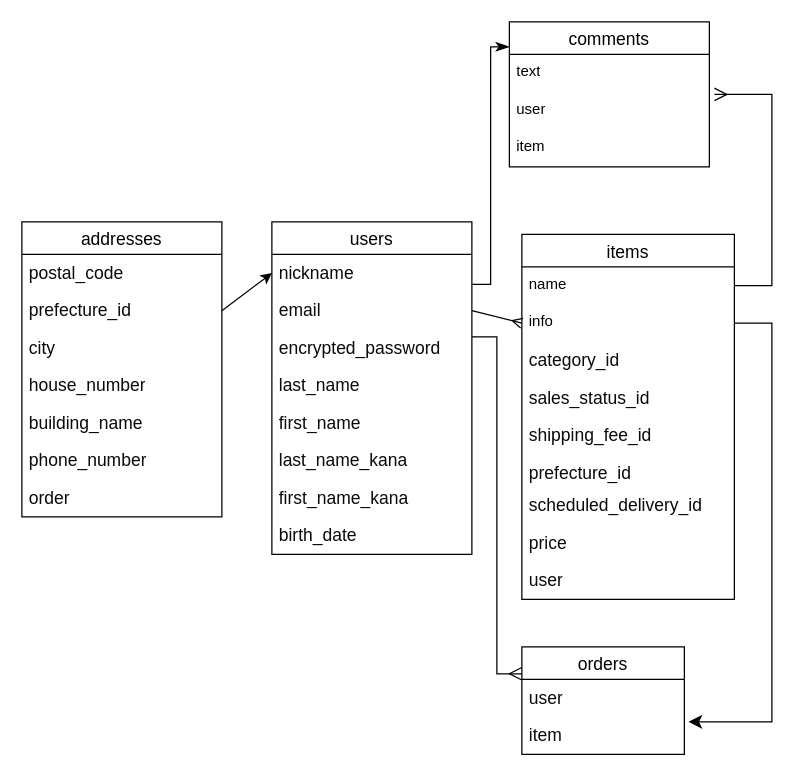
This is furima.dio from yasuka133/furima-46822, a draw.io file, before an edit. Source tidied: cells renumbered, new cells numbered last; positions are measured from the earlier drawing's top-left corner, leaving out a move shared by most shapes. Both pictures are drawn from the tidied source at 125%, with x=0, y=0 at pixel (21, 21).
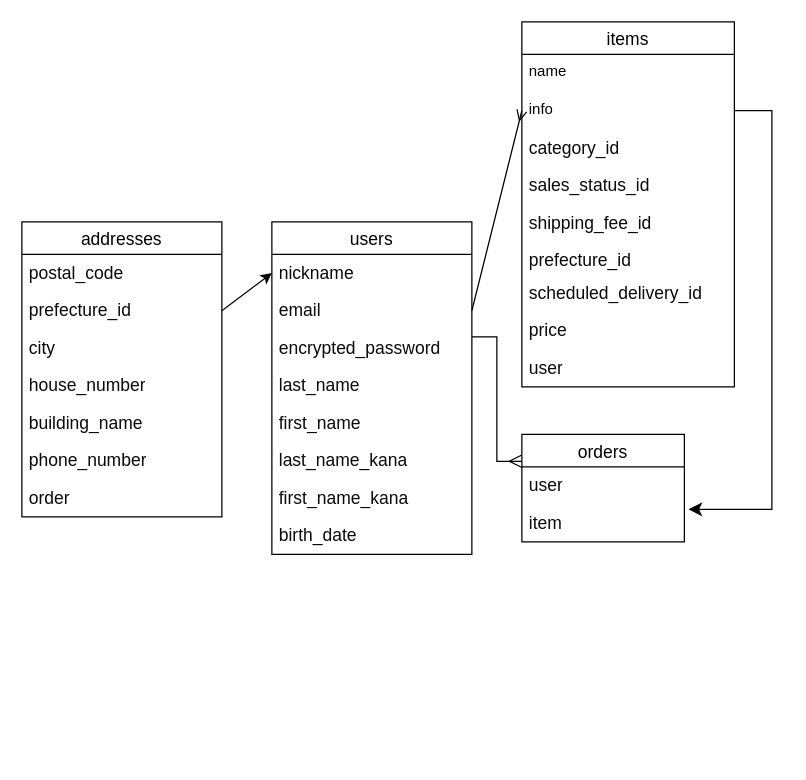
After the change.

Unchanged cells that the change refers to:
```xml
<mxCell id="12" value="name" style="text;strokeColor=none;fillColor=none;spacingLeft=4;spacingRight=4;overflow=hidden;points=[[0,0.5],[1,0.5]];portConstraint=eastwest;fontSize=12;whiteSpace=wrap;html=1;" parent="11" vertex="1">
  <mxGeometry y="26" width="170" height="30" as="geometry" />
</mxCell>
```

The edit, as a diff of the source:
```diff
@@
     <mxCell id="11" value="items" style="swimlane;fontStyle=0;horizontal=1;startSize=26;align=center;fontSize=14;" parent="1" vertex="1">
-      <mxGeometry x="400" y="170" width="170" height="292" as="geometry" />
+      <mxGeometry x="400" width="170" height="292" as="geometry" />
     </mxCell>
@@
     <mxCell id="21" value="orders" style="swimlane;fontStyle=0;horizontal=1;startSize=26;align=center;fontSize=14;" parent="1" vertex="1">
-      <mxGeometry x="400" y="500" width="130" height="86" as="geometry" />
+      <mxGeometry x="400" y="330" width="130" height="86" as="geometry" />
     </mxCell>
@@
-    <mxCell id="32" value="comments" style="swimlane;fontStyle=0;horizontal=1;startSize=26;align=center;fontSize=14;" parent="1" vertex="1">
-      <mxGeometry x="390" width="160" height="116" as="geometry" />
-    </mxCell>
-    <mxCell id="33" value="text" style="text;strokeColor=none;fillColor=none;spacingLeft=4;spacingRight=4;overflow=hidden;fontSize=12;whiteSpace=wrap;html=1;" parent="32" vertex="1">
-      <mxGeometry y="26" width="160" height="30" as="geometry" />
-    </mxCell>
-    <mxCell id="34" value="user" style="text;strokeColor=none;fillColor=none;spacingLeft=4;spacingRight=4;overflow=hidden;points=[[0,0.5],[1,0.5]];portConstraint=eastwest;fontSize=12;whiteSpace=wrap;html=1;" parent="32" vertex="1">
-      <mxGeometry y="56" width="160" height="30" as="geometry" />
-    </mxCell>
-    <mxCell id="35" value="item" style="text;strokeColor=none;fillColor=none;spacingLeft=4;spacingRight=4;overflow=hidden;fontSize=12;whiteSpace=wrap;html=1;" parent="32" vertex="1">
-      <mxGeometry y="86" width="160" height="30" as="geometry" />
-    </mxCell>
@@
-    <mxCell id="38" style="edgeStyle=elbowEdgeStyle;elbow=horizontal;endArrow=classicThin;html=1;curved=0;rounded=0;endSize=8;startSize=8;entryX=0;entryY=0.172;entryDx=0;entryDy=0;entryPerimeter=0;endFill=1;" parent="1" edge="1" target="32">
-      <mxGeometry relative="1" as="geometry">
-        <mxPoint x="360" y="210" as="sourcePoint" />
-      </mxGeometry>
-    </mxCell>
@@
-    <mxCell id="40" style="edgeStyle=elbowEdgeStyle;elbow=horizontal;endArrow=ERmany;html=1;curved=0;rounded=0;endSize=8;startSize=8;entryX=1.025;entryY=0.067;entryDx=0;entryDy=0;entryPerimeter=0;endFill=0;exitX=1;exitY=0.5;exitDx=0;exitDy=0;" parent="1" edge="1" source="12" target="34">
-      <mxGeometry relative="1" as="geometry">
-        <Array as="points">
-          <mxPoint x="600" y="160" />
-        </Array>
-      </mxGeometry>
-    </mxCell>
```
